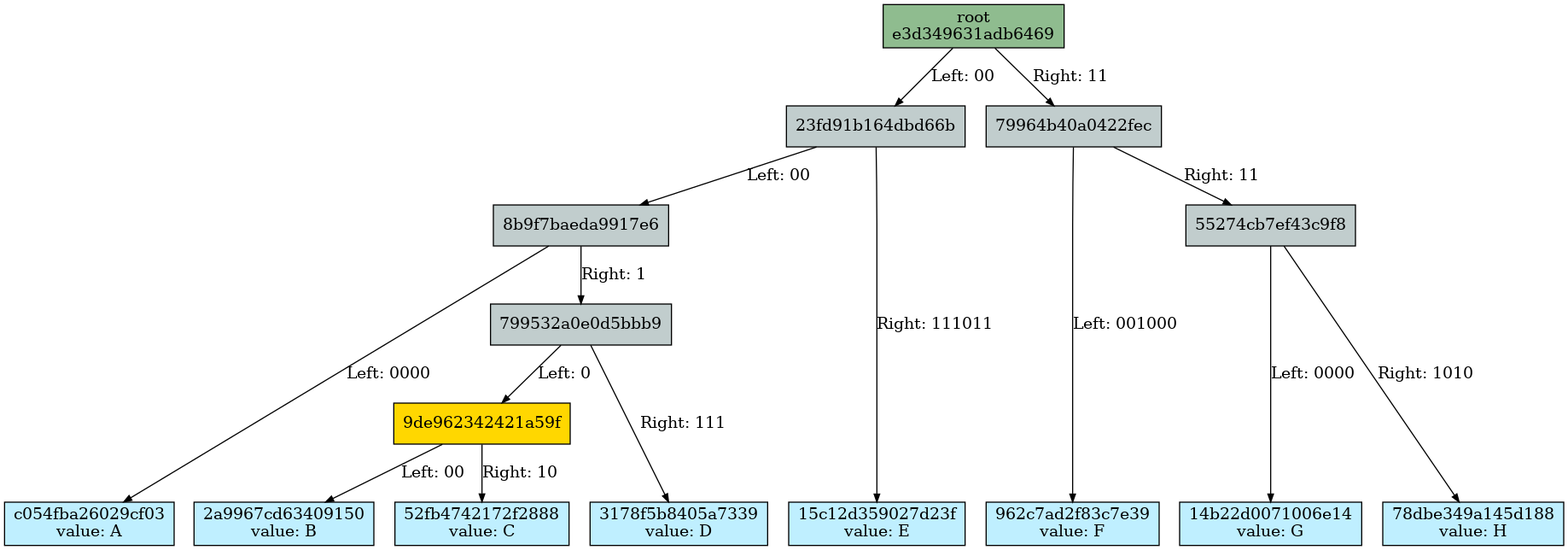
The Graphviz diagram docs/merkle_tree/split_details/1_same_side.dot.png in juicebox-systems/juicebox-hsm-realm, before a commit. Its source is kept beside it as docs/merkle_tree/split_details/1_same_side.dot.
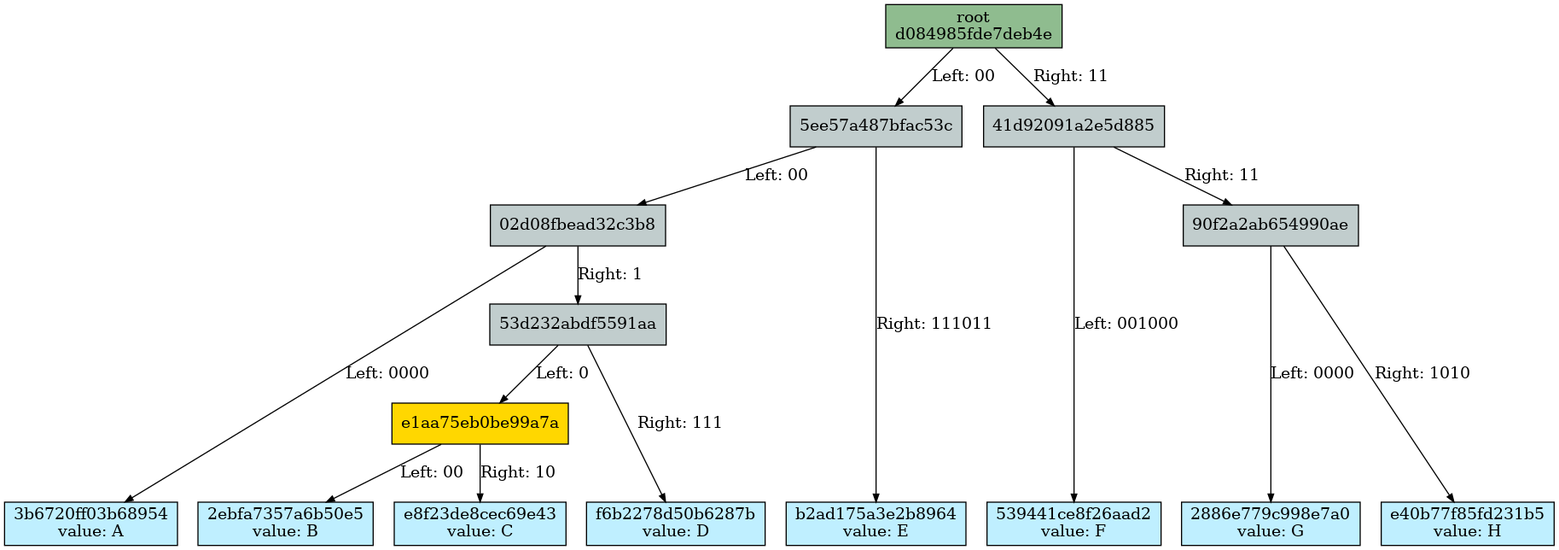
Later version of the same file.

What changed in the source:
```diff
@@ -1,68 +1,68 @@
 Digraph merkletree {
 
-he3d349631adb6469 -> h23fd91b164dbd66b [arrowsize=0.7 label="Left: 00\l" nojustify=true ];
-h23fd91b164dbd66b -> h8b9f7baeda9917e6 [arrowsize=0.7 label="Left: 00\l" nojustify=true ];
-h8b9f7baeda9917e6 -> hc054fba26029cf03 [arrowsize=0.7 label="Left: 0000" nojustify=true ];
-h8b9f7baeda9917e6 -> h799532a0e0d5bbb9 [arrowsize=0.7 label="Right: 1\l" nojustify=true ];
-h799532a0e0d5bbb9 -> h9de962342421a59f [arrowsize=0.7 label="Left: 0\l" nojustify=true ];
-h9de962342421a59f -> h2a9967cd63409150 [arrowsize=0.7 label="Left: 00" nojustify=true ];
-h9de962342421a59f -> h52fb4742172f2888 [arrowsize=0.7 label="Right: 10" nojustify=true ];
-h799532a0e0d5bbb9 -> h3178f5b8405a7339 [arrowsize=0.7 label="Right: 111" nojustify=true ];
-h23fd91b164dbd66b -> h15c12d359027d23f [arrowsize=0.7 label="Right: 111011" nojustify=true ];
-he3d349631adb6469 -> h79964b40a0422fec [arrowsize=0.7 label="Right: 11\l" nojustify=true ];
-h79964b40a0422fec -> h962c7ad2f83c7e39 [arrowsize=0.7 label="Left: 001000" nojustify=true ];
-h79964b40a0422fec -> h55274cb7ef43c9f8 [arrowsize=0.7 label="Right: 11\l" nojustify=true ];
-h55274cb7ef43c9f8 -> h14b22d0071006e14 [arrowsize=0.7 label="Left: 0000" nojustify=true ];
-h55274cb7ef43c9f8 -> h78dbe349a145d188 [arrowsize=0.7 label="Right: 1010" nojustify=true ];
+hd084985fde7deb4e -> h5ee57a487bfac53c [arrowsize=0.7 label="Left: 00" nojustify=true ];
+h5ee57a487bfac53c -> h02d08fbead32c3b8 [arrowsize=0.7 label="Left: 00" nojustify=true ];
+h02d08fbead32c3b8 -> h3b6720ff03b68954 [arrowsize=0.7 label="Left: 0000" nojustify=true ];
+h02d08fbead32c3b8 -> h53d232abdf5591aa [arrowsize=0.7 label="Right: 1" nojustify=true ];
+h53d232abdf5591aa -> he1aa75eb0be99a7a [arrowsize=0.7 label="Left: 0" nojustify=true ];
+he1aa75eb0be99a7a -> h2ebfa7357a6b50e5 [arrowsize=0.7 label="Left: 00" nojustify=true ];
+he1aa75eb0be99a7a -> he8f23de8cec69e43 [arrowsize=0.7 label="Right: 10" nojustify=true ];
+h53d232abdf5591aa -> hf6b2278d50b6287b [arrowsize=0.7 label="Right: 111" nojustify=true ];
+h5ee57a487bfac53c -> hb2ad175a3e2b8964 [arrowsize=0.7 label="Right: 111011" nojustify=true ];
+hd084985fde7deb4e -> h41d92091a2e5d885 [arrowsize=0.7 label="Right: 11" nojustify=true ];
+h41d92091a2e5d885 -> h539441ce8f26aad2 [arrowsize=0.7 label="Left: 001000" nojustify=true ];
+h41d92091a2e5d885 -> h90f2a2ab654990ae [arrowsize=0.7 label="Right: 11" nojustify=true ];
+h90f2a2ab654990ae -> h2886e779c998e7a0 [arrowsize=0.7 label="Left: 0000" nojustify=true ];
+h90f2a2ab654990ae -> he40b77f85fd231b5 [arrowsize=0.7 label="Right: 1010" nojustify=true ];
 
 Subgraph depth_0 {
 rank=same
 
-he3d349631adb6469 [fillcolor=darkseagreen label="root\ne3d349631adb6469" ordering=out shape=box style=filled ];
+hd084985fde7deb4e [fillcolor=darkseagreen label="root\nd084985fde7deb4e" ordering=out shape=box style=filled ];
 }
 
 
 Subgraph depth_2 {
 rank=same
 
-h23fd91b164dbd66b [fillcolor=azure3 label="23fd91b164dbd66b" ordering=out shape=box style=filled ];
-h79964b40a0422fec [fillcolor=azure3 label="79964b40a0422fec" ordering=out shape=box style=filled ];
+h5ee57a487bfac53c [fillcolor=azure3 label="5ee57a487bfac53c" ordering=out shape=box style=filled ];
+h41d92091a2e5d885 [fillcolor=azure3 label="41d92091a2e5d885" ordering=out shape=box style=filled ];
 }
 
 
 Subgraph depth_4 {
 rank=same
 
-h8b9f7baeda9917e6 [fillcolor=azure3 label="8b9f7baeda9917e6" ordering=out shape=box style=filled ];
-h55274cb7ef43c9f8 [fillcolor=azure3 label="55274cb7ef43c9f8" ordering=out shape=box style=filled ];
+h02d08fbead32c3b8 [fillcolor=azure3 label="02d08fbead32c3b8" ordering=out shape=box style=filled ];
+h90f2a2ab654990ae [fillcolor=azure3 label="90f2a2ab654990ae" ordering=out shape=box style=filled ];
 }
 
 
 Subgraph depth_256 {
 rank=same
 
-hc054fba26029cf03 [fillcolor=lightblue1 label="c054fba26029cf03\nvalue: A" ordering=out shape=box style=filled ];
-h2a9967cd63409150 [fillcolor=lightblue1 label="2a9967cd63409150\nvalue: B" ordering=out shape=box style=filled ];
-h52fb4742172f2888 [fillcolor=lightblue1 label="52fb4742172f2888\nvalue: C" ordering=out shape=box style=filled ];
-h3178f5b8405a7339 [fillcolor=lightblue1 label="3178f5b8405a7339\nvalue: D" ordering=out shape=box style=filled ];
-h15c12d359027d23f [fillcolor=lightblue1 label="15c12d359027d23f\nvalue: E" ordering=out shape=box style=filled ];
-h962c7ad2f83c7e39 [fillcolor=lightblue1 label="962c7ad2f83c7e39\nvalue: F" ordering=out shape=box style=filled ];
-h14b22d0071006e14 [fillcolor=lightblue1 label="14b22d0071006e14\nvalue: G" ordering=out shape=box style=filled ];
-h78dbe349a145d188 [fillcolor=lightblue1 label="78dbe349a145d188\nvalue: H" ordering=out shape=box style=filled ];
+h3b6720ff03b68954 [fillcolor=lightblue1 label="3b6720ff03b68954\nvalue: A" ordering=out shape=box style=filled ];
+h2ebfa7357a6b50e5 [fillcolor=lightblue1 label="2ebfa7357a6b50e5\nvalue: B" ordering=out shape=box style=filled ];
+he8f23de8cec69e43 [fillcolor=lightblue1 label="e8f23de8cec69e43\nvalue: C" ordering=out shape=box style=filled ];
+hf6b2278d50b6287b [fillcolor=lightblue1 label="f6b2278d50b6287b\nvalue: D" ordering=out shape=box style=filled ];
+hb2ad175a3e2b8964 [fillcolor=lightblue1 label="b2ad175a3e2b8964\nvalue: E" ordering=out shape=box style=filled ];
+h539441ce8f26aad2 [fillcolor=lightblue1 label="539441ce8f26aad2\nvalue: F" ordering=out shape=box style=filled ];
+h2886e779c998e7a0 [fillcolor=lightblue1 label="2886e779c998e7a0\nvalue: G" ordering=out shape=box style=filled ];
+he40b77f85fd231b5 [fillcolor=lightblue1 label="e40b77f85fd231b5\nvalue: H" ordering=out shape=box style=filled ];
 }
 
 
 Subgraph depth_5 {
 rank=same
 
-h799532a0e0d5bbb9 [fillcolor=azure3 label="799532a0e0d5bbb9" ordering=out shape=box style=filled ];
+h53d232abdf5591aa [fillcolor=azure3 label="53d232abdf5591aa" ordering=out shape=box style=filled ];
 }
 
 
 Subgraph depth_6 {
 rank=same
 
-h9de962342421a59f [fillcolor=gold1 label="9de962342421a59f" ordering=out shape=box style=filled ];
+he1aa75eb0be99a7a [fillcolor=gold1 label="e1aa75eb0be99a7a" ordering=out shape=box style=filled ];
 }
 
 }
```
